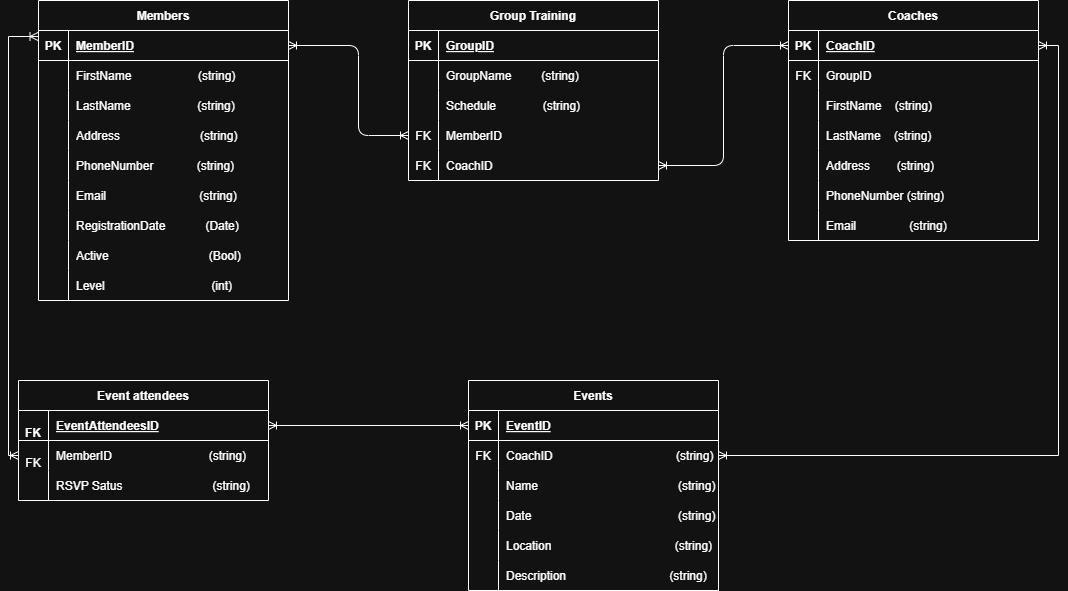
Above: NinjaClub/Ninja.drawio.png in ccaups/NinjaClub (draw.io), before the change. Source tidied: cells renumbered, new cells last; positions are measured from the earlier drawing's top-left corner, leaving out a move shared by most shapes.
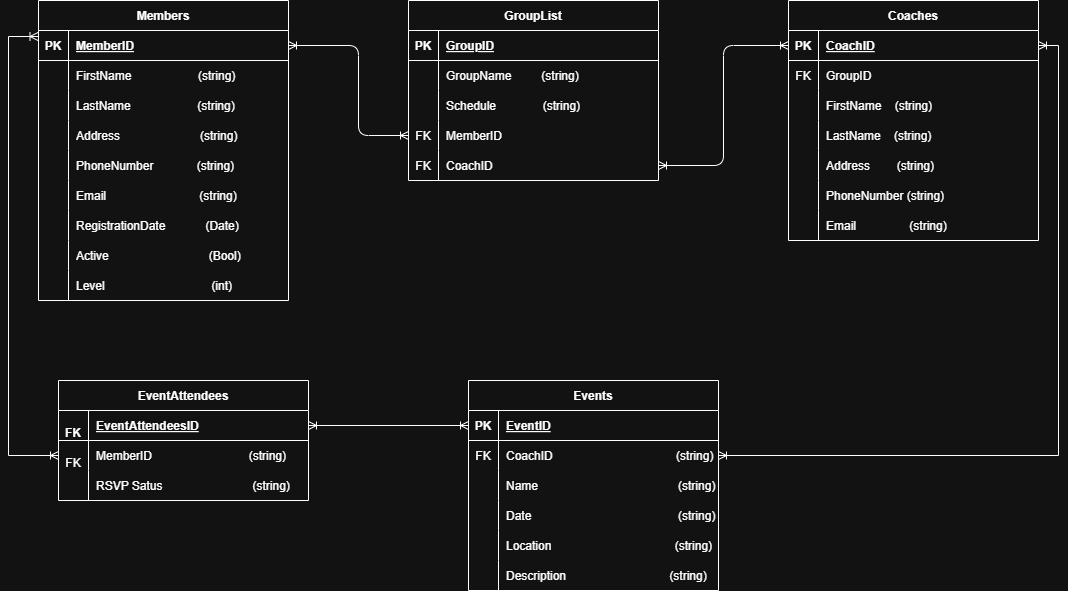
The same file after the commit.

Commit message:
GroupTraining renamed to GroupList

What changed in the source:
```diff
@@ -155,7 +155,7 @@
     <mxCell id="52" style="edgeStyle=elbowEdgeStyle;endArrow=ERoneToMany;startArrow=ERoneToMany;endFill=0;startFill=0;entryX=0;entryY=0.5;entryDx=0;entryDy=0;exitX=1;exitY=0.5;exitDx=0;exitDy=0;" parent="1" edge="1" source="66" target="31">
       <mxGeometry relative="1" as="geometry" />
     </mxCell>
-    <mxCell id="53" value="Group Training" style="shape=table;startSize=30;rowLines=0;fontStyle=1;align=center;" parent="1" vertex="1">
+    <mxCell id="53" value="GroupList" style="shape=table;startSize=30;rowLines=0;fontStyle=1;align=center;" parent="1" vertex="1">
       <mxGeometry x="400" width="250" height="180" as="geometry" />
     </mxCell>
     <mxCell id="54" style="shape=partialRectangle;fillColor=none;top=0;left=0;right=0;bottom=1;" parent="53" vertex="1">
@@ -267,8 +267,8 @@
     <mxCell id="88" value="Description                               (string)" style="shape=partialRectangle;overflow=hidden;fillColor=none;top=0;left=0;bottom=0;right=0;align=left;spacingLeft=6;" parent="86" vertex="1">
       <mxGeometry x="30" width="220" height="30" as="geometry" />
     </mxCell>
-    <mxCell id="89" value="Event attendees" style="shape=table;startSize=30;rowLines=0;fontStyle=1;align=center;" parent="1" vertex="1">
-      <mxGeometry x="10" y="380" width="250" height="120" as="geometry" />
+    <mxCell id="89" value="EventAttendees" style="shape=table;startSize=30;rowLines=0;fontStyle=1;align=center;" parent="1" vertex="1">
+      <mxGeometry x="50" y="380" width="250" height="120" as="geometry" />
     </mxCell>
     <mxCell id="90" style="shape=partialRectangle;fillColor=none;points=[[0,0.5],[1,0.5]];portConstraint=eastwest;top=0;left=0;right=0;bottom=1;" parent="89" vertex="1">
       <mxGeometry y="30" width="250" height="30" as="geometry" />
```
